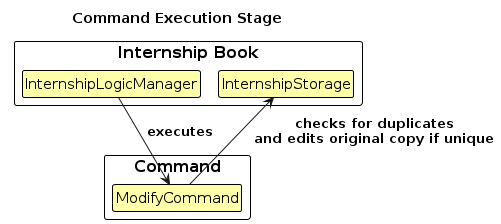
This is diagrams/ModifyCommandExecute.png from AY2324S1-CS2103T-W17-1/tp, a PlantUML export, as it was before one commit. Its source is kept beside it as diagrams/ModifyCommandExecute.puml.
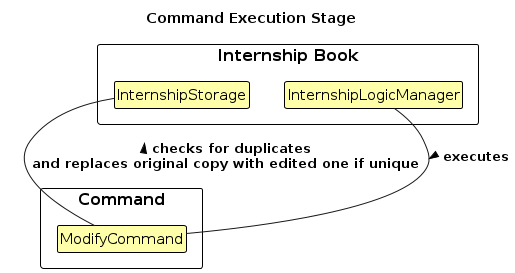
After the change.

Change to the diagram source:
```diff
@@ -1,5 +1,4 @@
 @startuml
-!pragma layout smetana
 !include style.puml
 skinparam ClassFontColor #000000
 skinparam ClassBorderColor #000000
@@ -16,7 +15,7 @@
     class ModifyCommand as "ModifyCommand"
 }
 
-InternshipLogicManager -down-> ModifyCommand : executes
-ModifyCommand -right-> InternshipStorage : checks for duplicates\nand edits original copy if unique
+InternshipLogicManager -down- ModifyCommand : > executes
+ModifyCommand -up- InternshipStorage : < checks for duplicates\nand replaces original copy with edited one if unique
 
 @enduml
```
